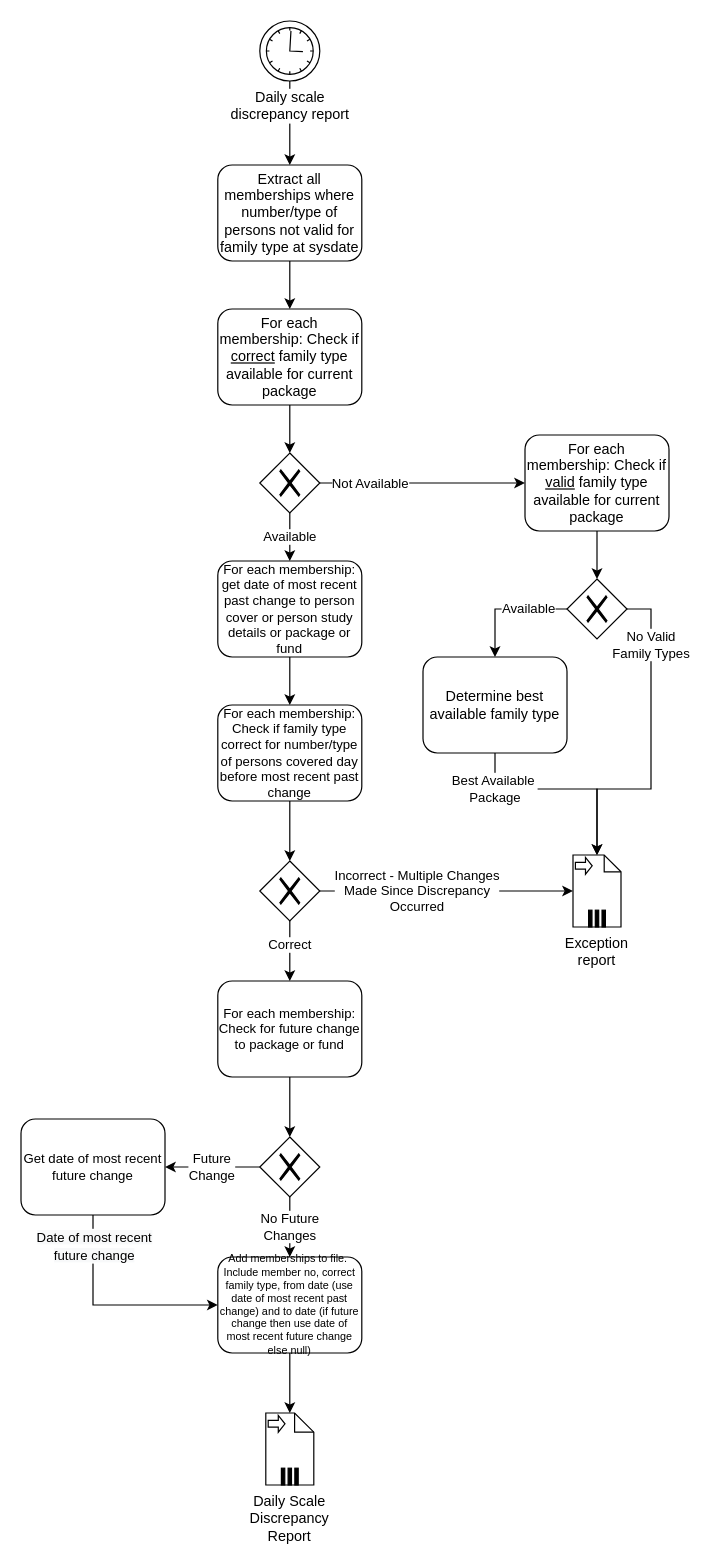
The draw.io diagram page "Build Report" (2 of 2) of Scale Discrepancy Diagram.drawio in pcarrol/Bonus, before the edit. Source tidied: cells renumbered, new cells numbered last; positions are measured from the earlier drawing's top-left corner, leaving out a move shared by most shapes. Both pictures are drawn from the tidied source at 120%, with x=0, y=0 at pixel (20, 20).
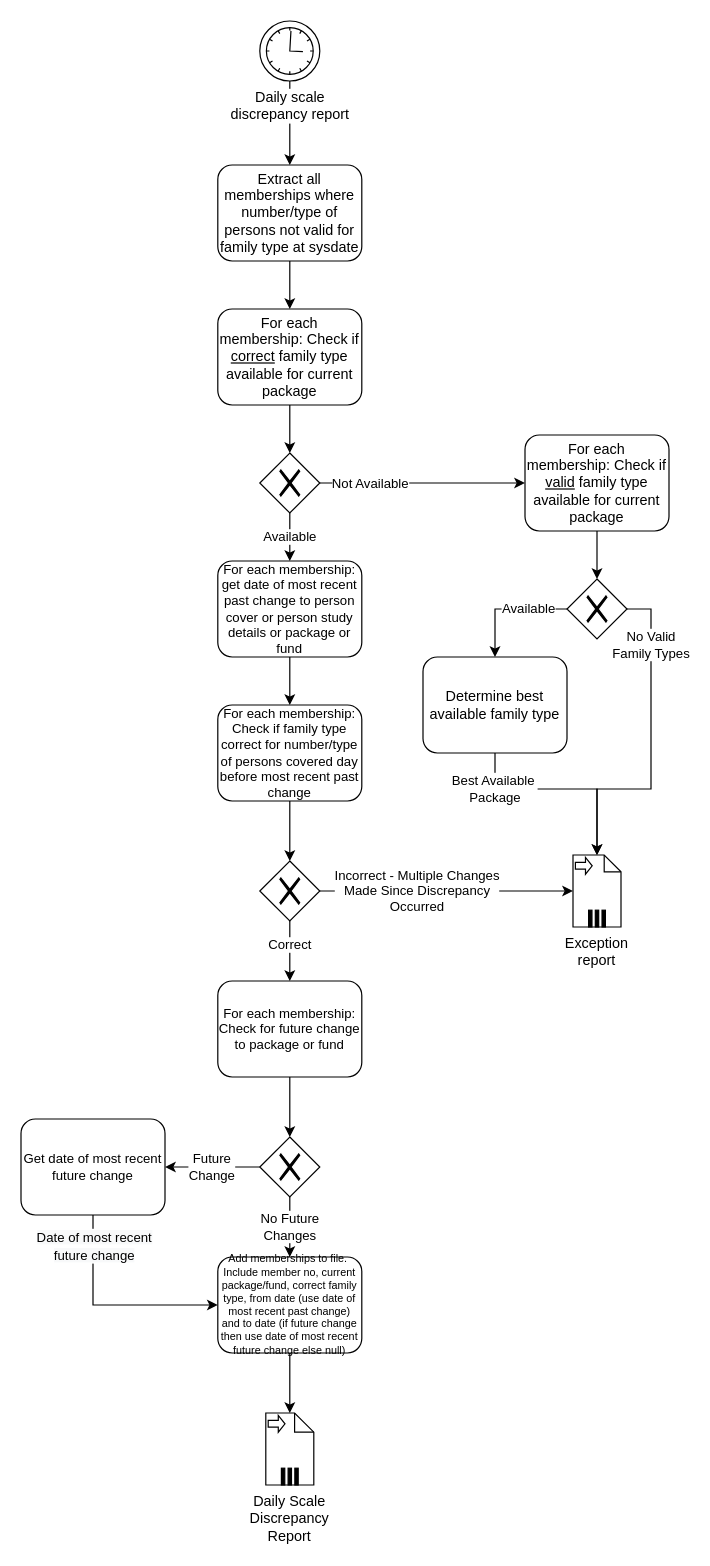
The same diagram, later.

What changed in the source:
```diff
@@
-    <mxCell id="38" value="Add memberships to file.&amp;nbsp; Include member no, correct family type, from date (use date of most recent past change) and to date (if future change then use date of most recent future change else null)" style="shape=ext;rounded=1;html=1;whiteSpace=wrap;fontSize=9;" parent="1" vertex="1">
+    <mxCell id="38" value="Add memberships to file.&amp;nbsp; Include member no, current package/fund, correct family type, from date (use date of most recent past change) and to date (if future change then use date of most recent future change else null)" style="shape=ext;rounded=1;html=1;whiteSpace=wrap;fontSize=9;" parent="1" vertex="1">
       <mxGeometry x="164" y="1030" width="120" height="80" as="geometry" />
     </mxCell>
```
